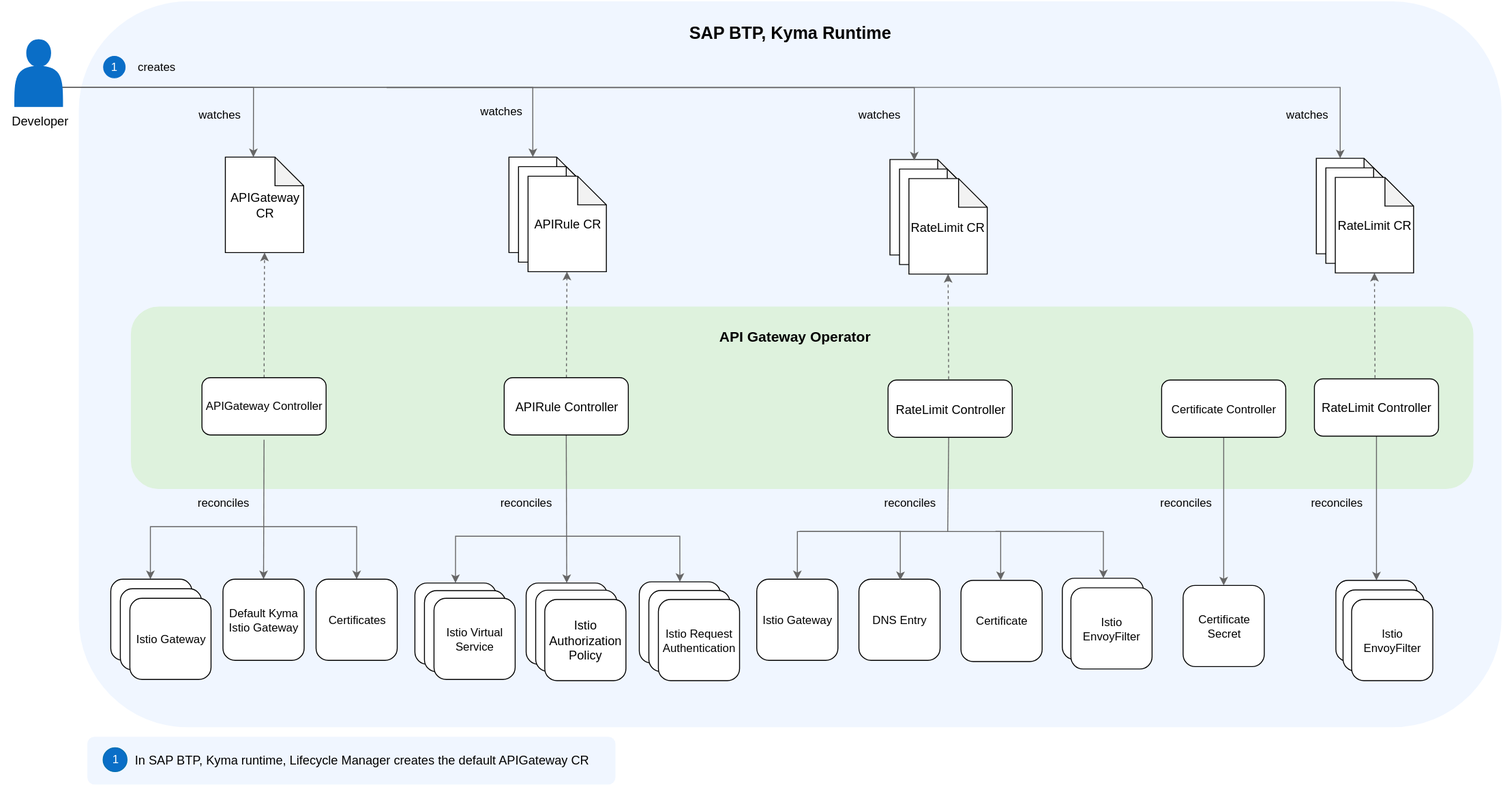
The draw.io diagram docs/assets/operator-overview.drawio.svg in kyma-project/api-gateway, before a commit. Source tidied: cells renumbered, new cells last; positions are measured from the earlier drawing's top-left corner, leaving out a move shared by most shapes.
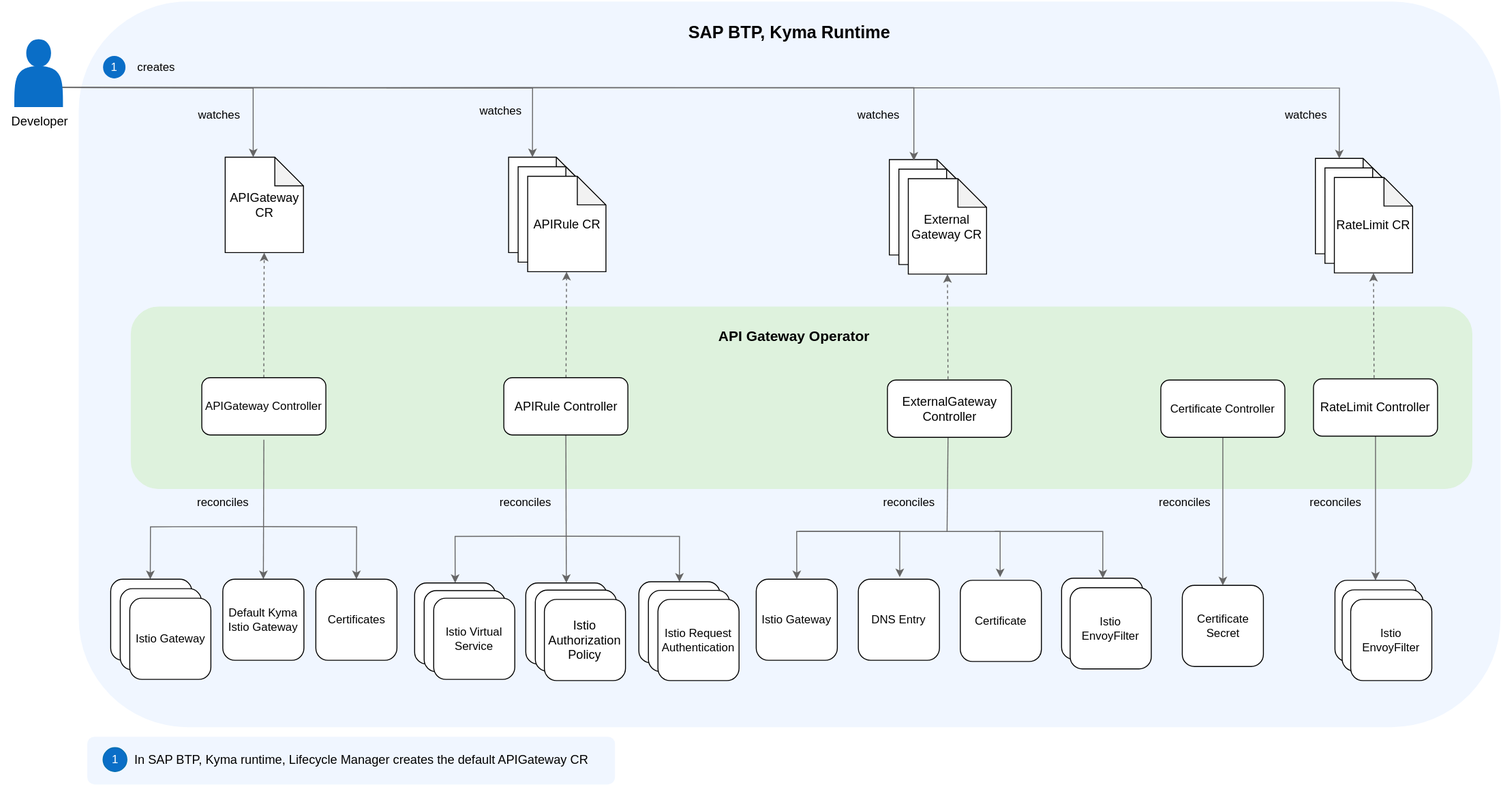
After the commit.

What changed in the source:
```diff
@@ -226,7 +226,7 @@
     <mxCell id="63" style="shape=note;whiteSpace=wrap;html=1;backgroundOutline=1;darkOpacity=0.05;" parent="1" vertex="1">
       <mxGeometry x="940.5" y="175.5" width="80" height="100" as="geometry" />
     </mxCell>
-    <mxCell id="64" value="RateLimit CR" style="shape=note;whiteSpace=wrap;html=1;backgroundOutline=1;darkOpacity=0.05;fontSize=13;" parent="1" vertex="1">
+    <mxCell id="64" value="&lt;font style=&quot;color: rgb(0, 0, 0);&quot;&gt;External&lt;/font&gt;&lt;div&gt;&lt;font style=&quot;color: rgb(0, 0, 0);&quot;&gt;Gateway CR&lt;/font&gt;&lt;/div&gt;" style="shape=note;whiteSpace=wrap;html=1;backgroundOutline=1;darkOpacity=0.05;fontSize=13;" parent="1" vertex="1">
       <mxGeometry x="950.4" y="185.5" width="82" height="100" as="geometry" />
     </mxCell>
     <mxCell id="65" value="Istio EnvoyFilter" style="rounded=1;whiteSpace=wrap;html=1;" parent="1" vertex="1">
@@ -251,7 +251,7 @@
     <mxCell id="69" value="DNS Entry" style="rounded=1;whiteSpace=wrap;html=1;" parent="1" vertex="1">
       <mxGeometry x="898" y="605" width="85" height="85" as="geometry" />
     </mxCell>
-    <mxCell id="70" value="Certificate" style="rounded=1;whiteSpace=wrap;html=1;" parent="1" vertex="1">
+    <mxCell id="70" value="&lt;font style=&quot;color: rgb(0, 0, 0);&quot;&gt;Certificate&lt;/font&gt;" style="rounded=1;whiteSpace=wrap;html=1;" parent="1" vertex="1">
       <mxGeometry x="1004.9" y="606.2" width="85" height="85" as="geometry" />
     </mxCell>
     <mxCell id="71" style="edgeStyle=orthogonalEdgeStyle;rounded=0;jettySize=auto;html=1;entryX=0.5;entryY=0;entryDx=0;entryDy=0;strokeColor=#666666;" parent="1" edge="1" target="68">
@@ -302,7 +302,7 @@
         </Array>
       </mxGeometry>
     </mxCell>
-    <mxCell id="76" value="RateLimit Controller" style="rounded=1;whiteSpace=wrap;html=1;fontSize=13;" parent="1" vertex="1">
+    <mxCell id="76" value="&lt;font style=&quot;color: rgb(0, 0, 0);&quot;&gt;ExternalGateway Controller&lt;/font&gt;" style="rounded=1;whiteSpace=wrap;html=1;fontSize=13;" parent="1" vertex="1">
       <mxGeometry x="928.5" y="396.5" width="130" height="60" as="geometry" />
     </mxCell>
     <mxCell id="77" value="reconciles" style="text;html=1;align=center;verticalAlign=middle;strokeColor=none;fillColor=none;" parent="1" vertex="1">
```
